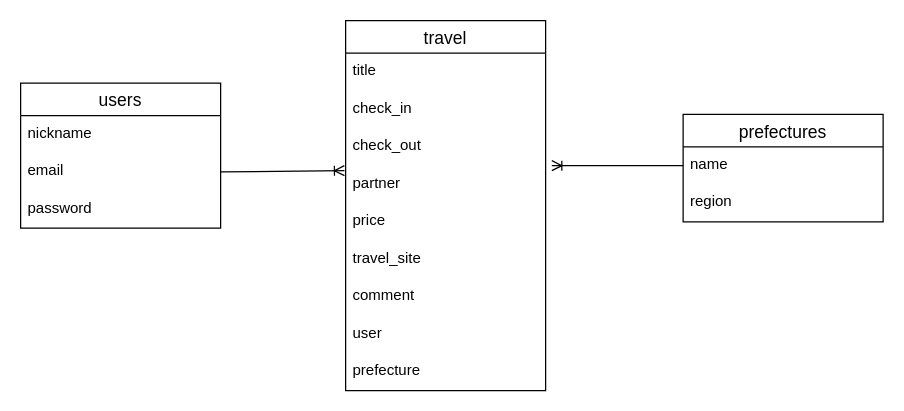
Above: travel-40036.dio in hahahahahahahahahahahahhaha1999/travel-40036 (draw.io), before the change. Source tidied: cells renumbered, new cells numbered last; positions are measured from the earlier drawing's top-left corner, leaving out a move shared by most shapes. Both pictures are drawn from the tidied source at 125%, with x=0, y=0 at pixel (20, 20).
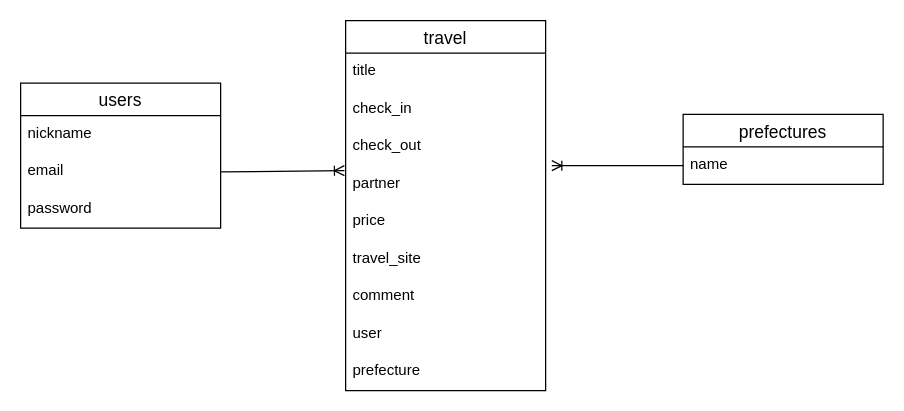
Above is the later version.

Change to the diagram source:
```diff
@@
     <mxCell id="6" value="prefectures" style="swimlane;fontStyle=0;horizontal=1;startSize=26;align=center;fontSize=14;hachureGap=4;strokeColor=default;fontFamily=Helvetica;fontColor=default;fillColor=default;fillStyle=auto;" parent="1" vertex="1">
-      <mxGeometry x="530" y="75" width="160" height="86" as="geometry" />
+      <mxGeometry x="530" y="75" width="160" height="56" as="geometry" />
     </mxCell>
@@
-    <mxCell id="8" value="region" style="text;strokeColor=none;fillColor=none;spacingLeft=4;spacingRight=4;overflow=hidden;fontSize=12;sketch=1;hachureGap=4;jiggle=2;curveFitting=1;fontFamily=Helvetica;fontColor=default;startSize=26;rounded=0;" parent="6" vertex="1">
-      <mxGeometry y="56" width="160" height="30" as="geometry" />
-    </mxCell>
```
